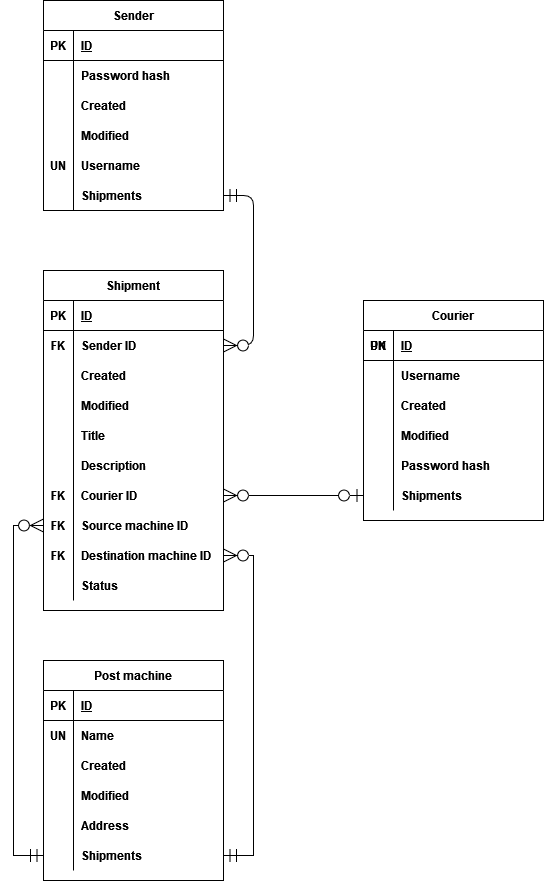
The draw.io diagram docs/databaseDiagram.drawio.png in yjhn/shipping-service, before a commit. Source tidied: cells renumbered, new cells last; positions are measured from the earlier drawing's top-left corner, leaving out a move shared by most shapes.
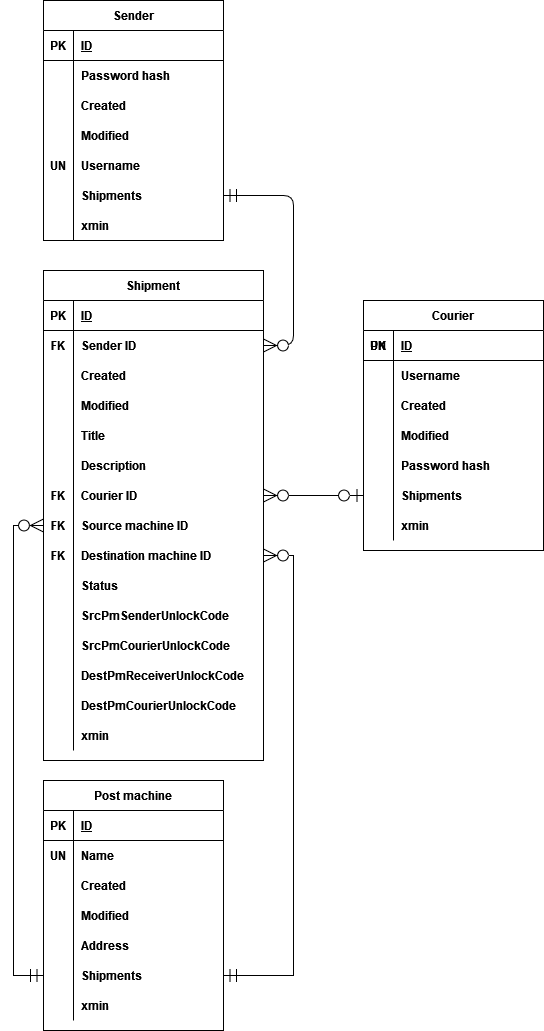
The same file after the commit.

Commit message:
Update databse diagram

Change to the diagram source:
```diff
@@ -3,7 +3,7 @@
     <mxCell id="0" />
     <mxCell id="1" parent="0" />
     <mxCell id="2" value="Sender" style="shape=table;startSize=30;rowLines=0;fontStyle=1;align=center;" parent="1" vertex="1">
-      <mxGeometry width="180" height="210" as="geometry" />
+      <mxGeometry width="180" height="240" as="geometry" />
     </mxCell>
     <mxCell id="3" style="shape=partialRectangle;fillColor=none;top=0;left=0;bottom=1;right=0;" parent="2" vertex="1">
       <mxGeometry y="30" width="180" height="30" as="geometry" />
@@ -59,99 +59,153 @@
     <mxCell id="20" value="Shipments" style="shape=partialRectangle;fillColor=none;top=0;left=0;bottom=0;right=0;align=left;spacingLeft=6;overflow=hidden;fontStyle=1;" parent="18" vertex="1">
       <mxGeometry x="30" width="150" height="30" as="geometry" />
     </mxCell>
+    <mxCell id="99" style="shape=partialRectangle;fillColor=none;top=0;left=0;bottom=0;right=0;" parent="2" vertex="1">
+      <mxGeometry y="210" width="180" height="30" as="geometry" />
+    </mxCell>
+    <mxCell id="100" style="shape=partialRectangle;fillColor=none;top=0;left=0;bottom=0;right=0;overflow=hidden;" parent="99" vertex="1">
+      <mxGeometry width="30" height="30" as="geometry" />
+    </mxCell>
+    <mxCell id="101" style="shape=partialRectangle;fillColor=none;top=0;left=0;bottom=0;right=0;align=left;spacingLeft=6;overflow=hidden;fontStyle=1;" parent="99" vertex="1">
+      <mxGeometry x="30" width="150" height="30" as="geometry" />
+    </mxCell>
     <mxCell id="21" value="Shipment" style="shape=table;startSize=30;rowLines=0;fontStyle=1;align=center;rounded=0;" parent="1" vertex="1">
-      <mxGeometry y="270" width="180" height="340" as="geometry" />
+      <mxGeometry y="270" width="220" height="490" as="geometry" />
     </mxCell>
     <mxCell id="22" style="shape=partialRectangle;fillColor=none;top=0;left=0;bottom=1;right=0;" parent="21" vertex="1">
-      <mxGeometry y="30" width="180" height="30" as="geometry" />
+      <mxGeometry y="30" width="220" height="30" as="geometry" />
     </mxCell>
     <mxCell id="23" value="PK" style="shape=partialRectangle;fillColor=none;top=0;left=0;bottom=0;right=0;fontStyle=1;overflow=hidden;" parent="22" vertex="1">
       <mxGeometry width="30" height="30" as="geometry" />
     </mxCell>
     <mxCell id="24" value="ID" style="shape=partialRectangle;fillColor=none;top=0;left=0;bottom=0;right=0;align=left;spacingLeft=6;fontStyle=5;overflow=hidden;" parent="22" vertex="1">
-      <mxGeometry x="30" width="150" height="30" as="geometry" />
+      <mxGeometry x="30" width="190" height="30" as="geometry" />
     </mxCell>
     <mxCell id="25" style="shape=partialRectangle;fillColor=none;top=0;left=0;bottom=0;right=0;points=[[0,0.5],[1,0.5]];portConstraint=eastwest;" parent="21" vertex="1">
-      <mxGeometry y="60" width="180" height="30" as="geometry" />
+      <mxGeometry y="60" width="220" height="30" as="geometry" />
     </mxCell>
     <mxCell id="26" value="FK" style="shape=partialRectangle;fillColor=none;top=0;left=0;bottom=0;right=0;overflow=hidden;fontStyle=1;" parent="25" vertex="1">
       <mxGeometry width="30" height="30" as="geometry" />
     </mxCell>
     <mxCell id="27" value="Sender ID" style="shape=partialRectangle;fillColor=none;top=0;left=0;bottom=0;right=0;align=left;spacingLeft=6;overflow=hidden;fontStyle=1;" parent="25" vertex="1">
-      <mxGeometry x="30" width="150" height="30" as="geometry" />
+      <mxGeometry x="30" width="190" height="30" as="geometry" />
     </mxCell>
     <mxCell id="28" style="shape=partialRectangle;fillColor=none;top=0;left=0;bottom=0;right=0;" parent="21" vertex="1">
-      <mxGeometry y="90" width="180" height="30" as="geometry" />
+      <mxGeometry y="90" width="220" height="30" as="geometry" />
     </mxCell>
     <mxCell id="29" style="shape=partialRectangle;fillColor=none;top=0;left=0;bottom=0;right=0;overflow=hidden;" parent="28" vertex="1">
       <mxGeometry width="30" height="30" as="geometry" />
     </mxCell>
     <mxCell id="30" value="Created" style="shape=partialRectangle;fillColor=none;top=0;left=0;bottom=0;right=0;align=left;spacingLeft=6;overflow=hidden;fontStyle=1;" parent="28" vertex="1">
-      <mxGeometry x="30" width="150" height="30" as="geometry" />
+      <mxGeometry x="30" width="190" height="30" as="geometry" />
     </mxCell>
     <mxCell id="31" style="shape=partialRectangle;fillColor=none;top=0;left=0;bottom=0;right=0;" parent="21" vertex="1">
-      <mxGeometry y="120" width="180" height="30" as="geometry" />
+      <mxGeometry y="120" width="220" height="30" as="geometry" />
     </mxCell>
     <mxCell id="32" style="shape=partialRectangle;fillColor=none;top=0;left=0;bottom=0;right=0;overflow=hidden;" parent="31" vertex="1">
       <mxGeometry width="30" height="30" as="geometry" />
     </mxCell>
     <mxCell id="33" value="Modified" style="shape=partialRectangle;fillColor=none;top=0;left=0;bottom=0;right=0;align=left;spacingLeft=6;overflow=hidden;fontStyle=1;" parent="31" vertex="1">
-      <mxGeometry x="30" width="150" height="30" as="geometry" />
+      <mxGeometry x="30" width="190" height="30" as="geometry" />
     </mxCell>
     <mxCell id="34" style="shape=partialRectangle;fillColor=none;top=0;left=0;bottom=0;right=0;" parent="21" vertex="1">
-      <mxGeometry y="150" width="180" height="30" as="geometry" />
+      <mxGeometry y="150" width="220" height="30" as="geometry" />
     </mxCell>
     <mxCell id="35" style="shape=partialRectangle;fillColor=none;top=0;left=0;bottom=0;right=0;overflow=hidden;" parent="34" vertex="1">
       <mxGeometry width="30" height="30" as="geometry" />
     </mxCell>
     <mxCell id="36" value="Title" style="shape=partialRectangle;fillColor=none;top=0;left=0;bottom=0;right=0;align=left;spacingLeft=6;overflow=hidden;fontStyle=1;" parent="34" vertex="1">
-      <mxGeometry x="30" width="150" height="30" as="geometry" />
+      <mxGeometry x="30" width="190" height="30" as="geometry" />
     </mxCell>
     <mxCell id="37" style="shape=partialRectangle;fillColor=none;top=0;left=0;bottom=0;right=0;" parent="21" vertex="1">
-      <mxGeometry y="180" width="180" height="30" as="geometry" />
+      <mxGeometry y="180" width="220" height="30" as="geometry" />
     </mxCell>
     <mxCell id="38" style="shape=partialRectangle;fillColor=none;top=0;left=0;bottom=0;right=0;overflow=hidden;" parent="37" vertex="1">
       <mxGeometry width="30" height="30" as="geometry" />
     </mxCell>
     <mxCell id="39" value="Description" style="shape=partialRectangle;fillColor=none;top=0;left=0;bottom=0;right=0;align=left;spacingLeft=6;overflow=hidden;fontStyle=1;" parent="37" vertex="1">
-      <mxGeometry x="30" width="150" height="30" as="geometry" />
+      <mxGeometry x="30" width="190" height="30" as="geometry" />
     </mxCell>
     <mxCell id="40" style="shape=partialRectangle;fillColor=none;top=0;left=0;bottom=0;right=0;points=[[0,0.5],[1,0.5]];portConstraint=eastwest;" parent="21" vertex="1">
-      <mxGeometry y="210" width="180" height="30" as="geometry" />
+      <mxGeometry y="210" width="220" height="30" as="geometry" />
     </mxCell>
     <mxCell id="41" style="shape=partialRectangle;fillColor=none;top=0;left=0;bottom=0;right=0;overflow=hidden;" parent="40" vertex="1">
       <mxGeometry width="30" height="30" as="geometry" />
     </mxCell>
     <mxCell id="42" value="Courier ID" style="shape=partialRectangle;fillColor=none;top=0;left=0;bottom=0;right=0;align=left;spacingLeft=6;overflow=hidden;fontStyle=1;" parent="40" vertex="1">
-      <mxGeometry x="30" width="150" height="30" as="geometry" />
+      <mxGeometry x="30" width="190" height="30" as="geometry" />
     </mxCell>
     <mxCell id="43" style="shape=partialRectangle;fillColor=none;top=0;left=0;bottom=0;right=0;points=[[0,0.5],[1,0.5]];portConstraint=eastwest;" parent="21" vertex="1">
-      <mxGeometry y="240" width="180" height="30" as="geometry" />
+      <mxGeometry y="240" width="220" height="30" as="geometry" />
     </mxCell>
     <mxCell id="44" style="shape=partialRectangle;fillColor=none;top=0;left=0;bottom=0;right=0;overflow=hidden;" parent="43" vertex="1">
       <mxGeometry width="30" height="30" as="geometry" />
     </mxCell>
     <mxCell id="45" value="Source machine ID" style="shape=partialRectangle;fillColor=none;top=0;left=0;bottom=0;right=0;align=left;spacingLeft=6;overflow=hidden;fontStyle=1;" parent="43" vertex="1">
-      <mxGeometry x="30" width="150" height="30" as="geometry" />
+      <mxGeometry x="30" width="190" height="30" as="geometry" />
     </mxCell>
     <mxCell id="46" style="shape=partialRectangle;fillColor=none;top=0;left=0;bottom=0;right=0;points=[[0,0.5],[1,0.5]];portConstraint=eastwest;" parent="21" vertex="1">
-      <mxGeometry y="270" width="180" height="30" as="geometry" />
+      <mxGeometry y="270" width="220" height="30" as="geometry" />
     </mxCell>
     <mxCell id="47" style="shape=partialRectangle;fillColor=none;top=0;left=0;bottom=0;right=0;overflow=hidden;" parent="46" vertex="1">
       <mxGeometry width="30" height="30" as="geometry" />
     </mxCell>
     <mxCell id="48" value="Destination machine ID" style="shape=partialRectangle;fillColor=none;top=0;left=0;bottom=0;right=0;align=left;spacingLeft=6;overflow=hidden;fontStyle=1;" parent="46" vertex="1">
-      <mxGeometry x="30" width="150" height="30" as="geometry" />
+      <mxGeometry x="30" width="190" height="30" as="geometry" />
     </mxCell>
     <mxCell id="49" style="shape=partialRectangle;fillColor=none;top=0;left=0;bottom=0;right=0;" parent="21" vertex="1">
-      <mxGeometry y="300" width="180" height="30" as="geometry" />
+      <mxGeometry y="300" width="220" height="30" as="geometry" />
     </mxCell>
     <mxCell id="50" style="shape=partialRectangle;fillColor=none;top=0;left=0;bottom=0;right=0;overflow=hidden;" parent="49" vertex="1">
       <mxGeometry width="30" height="30" as="geometry" />
     </mxCell>
     <mxCell id="51" value="Status" style="shape=partialRectangle;fillColor=none;top=0;left=0;bottom=0;right=0;align=left;spacingLeft=6;overflow=hidden;fontStyle=1;" parent="49" vertex="1">
-      <mxGeometry x="30" width="150" height="30" as="geometry" />
+      <mxGeometry x="30" width="190" height="30" as="geometry" />
     </mxCell>
+    <mxCell id="102" style="shape=partialRectangle;fillColor=none;top=0;left=0;bottom=0;right=0;" parent="21" vertex="1">
+      <mxGeometry y="330" width="220" height="30" as="geometry" />
+    </mxCell>
+    <mxCell id="103" style="shape=partialRectangle;fillColor=none;top=0;left=0;bottom=0;right=0;overflow=hidden;" parent="102" vertex="1">
+      <mxGeometry width="30" height="30" as="geometry" />
+    </mxCell>
+    <mxCell id="104" style="shape=partialRectangle;fillColor=none;top=0;left=0;bottom=0;right=0;align=left;spacingLeft=6;overflow=hidden;fontStyle=1;" parent="102" vertex="1">
+      <mxGeometry x="30" width="190" height="30" as="geometry" />
+    </mxCell>
+    <mxCell id="105" style="shape=partialRectangle;fillColor=none;top=0;left=0;bottom=0;right=0;" parent="21" vertex="1">
+      <mxGeometry y="360" width="220" height="30" as="geometry" />
+    </mxCell>
+    <mxCell id="106" style="shape=partialRectangle;fillColor=none;top=0;left=0;bottom=0;right=0;overflow=hidden;" parent="105" vertex="1">
+      <mxGeometry width="30" height="30" as="geometry" />
+    </mxCell>
+    <mxCell id="107" style="shape=partialRectangle;fillColor=none;top=0;left=0;bottom=0;right=0;align=left;spacingLeft=6;overflow=hidden;fontStyle=1;" parent="105" vertex="1">
+      <mxGeometry x="30" width="190" height="30" as="geometry" />
+    </mxCell>
+    <mxCell id="108" style="shape=partialRectangle;fillColor=none;top=0;left=0;bottom=0;right=0;" parent="21" vertex="1">
+      <mxGeometry y="390" width="220" height="30" as="geometry" />
+    </mxCell>
+    <mxCell id="109" style="shape=partialRectangle;fillColor=none;top=0;left=0;bottom=0;right=0;overflow=hidden;" parent="108" vertex="1">
+      <mxGeometry width="30" height="30" as="geometry" />
+    </mxCell>
+    <mxCell id="110" style="shape=partialRectangle;fillColor=none;top=0;left=0;bottom=0;right=0;align=left;spacingLeft=6;overflow=hidden;fontStyle=1;" parent="108" vertex="1">
+      <mxGeometry x="30" width="190" height="30" as="geometry" />
+    </mxCell>
+    <mxCell id="111" style="shape=partialRectangle;fillColor=none;top=0;left=0;bottom=0;right=0;" parent="21" vertex="1">
+      <mxGeometry y="420" width="220" height="30" as="geometry" />
+    </mxCell>
+    <mxCell id="112" style="shape=partialRectangle;fillColor=none;top=0;left=0;bottom=0;right=0;overflow=hidden;" parent="111" vertex="1">
+      <mxGeometry width="30" height="30" as="geometry" />
+    </mxCell>
+    <mxCell id="113" style="shape=partialRectangle;fillColor=none;top=0;left=0;bottom=0;right=0;align=left;spacingLeft=6;overflow=hidden;fontStyle=1;" parent="111" vertex="1">
+      <mxGeometry x="30" width="190" height="30" as="geometry" />
+    </mxCell>
+    <mxCell id="114" style="shape=partialRectangle;fillColor=none;top=0;left=0;bottom=0;right=0;" parent="21" vertex="1">
+      <mxGeometry y="450" width="220" height="30" as="geometry" />
+    </mxCell>
+    <mxCell id="115" style="shape=partialRectangle;fillColor=none;top=0;left=0;bottom=0;right=0;overflow=hidden;" parent="114" vertex="1">
+      <mxGeometry width="30" height="30" as="geometry" />
+    </mxCell>
+    <mxCell id="116" style="shape=partialRectangle;fillColor=none;top=0;left=0;bottom=0;right=0;align=left;spacingLeft=6;overflow=hidden;fontStyle=1;" parent="114" vertex="1">
+      <mxGeometry x="30" width="190" height="30" as="geometry" />
+    </mxCell>
     <mxCell id="52" style="edgeStyle=entityRelationEdgeStyle;fontSize=12;html=1;endArrow=ERzeroToMany;endFill=1;startArrow=ERmandOne;exitX=1;exitY=0.5;exitDx=0;exitDy=0;startFill=0;strokeWidth=1;endSize=11;startSize=11;" parent="1" edge="1" source="18" target="25">
       <mxGeometry relative="1" as="geometry" />
     </mxCell>
@@ -159,7 +213,7 @@
       <mxGeometry relative="1" as="geometry" />
     </mxCell>
     <mxCell id="54" value="Post machine" style="shape=table;startSize=30;rowLines=0;fontStyle=1;align=center;" parent="1" vertex="1">
-      <mxGeometry y="660" width="180" height="220" as="geometry" />
+      <mxGeometry y="780" width="180" height="250" as="geometry" />
     </mxCell>
     <mxCell id="55" style="shape=partialRectangle;fillColor=none;top=0;left=0;bottom=1;right=0;" parent="54" vertex="1">
       <mxGeometry y="30" width="180" height="30" as="geometry" />
@@ -215,8 +269,17 @@
     <mxCell id="72" value="Shipments" style="shape=partialRectangle;fillColor=none;top=0;left=0;bottom=0;right=0;align=left;spacingLeft=6;overflow=hidden;fontStyle=1;" parent="70" vertex="1">
       <mxGeometry x="30" width="150" height="30" as="geometry" />
     </mxCell>
+    <mxCell id="117" style="shape=partialRectangle;fillColor=none;top=0;left=0;bottom=0;right=0;" parent="54" vertex="1">
+      <mxGeometry y="210" width="180" height="30" as="geometry" />
+    </mxCell>
+    <mxCell id="118" style="shape=partialRectangle;fillColor=none;top=0;left=0;bottom=0;right=0;overflow=hidden;fontStyle=1;" parent="117" vertex="1">
+      <mxGeometry width="30" height="30" as="geometry" />
+    </mxCell>
+    <mxCell id="119" style="shape=partialRectangle;fillColor=none;top=0;left=0;bottom=0;right=0;align=left;spacingLeft=6;overflow=hidden;fontStyle=1;" parent="117" vertex="1">
+      <mxGeometry x="30" width="150" height="30" as="geometry" />
+    </mxCell>
     <mxCell id="73" value="Courier" style="shape=table;startSize=30;rowLines=0;fontStyle=1;align=center;" parent="1" vertex="1">
-      <mxGeometry x="320" y="300" width="180" height="220" as="geometry" />
+      <mxGeometry x="320" y="300" width="180" height="250" as="geometry" />
     </mxCell>
     <mxCell id="74" style="shape=partialRectangle;fillColor=none;top=0;left=0;bottom=1;right=0;" parent="73" vertex="1">
       <mxGeometry y="30" width="180" height="30" as="geometry" />
@@ -272,6 +335,15 @@
     <mxCell id="91" value="Shipments" style="shape=partialRectangle;fillColor=none;top=0;left=0;bottom=0;right=0;align=left;spacingLeft=6;overflow=hidden;fontStyle=1;" parent="89" vertex="1">
       <mxGeometry x="30" width="150" height="30" as="geometry" />
     </mxCell>
+    <mxCell id="120" style="shape=partialRectangle;fillColor=none;top=0;left=0;bottom=0;right=0;" parent="73" vertex="1">
+      <mxGeometry y="210" width="180" height="30" as="geometry" />
+    </mxCell>
+    <mxCell id="121" style="shape=partialRectangle;fillColor=none;top=0;left=0;bottom=0;right=0;overflow=hidden;fontStyle=1;" parent="120" vertex="1">
+      <mxGeometry width="30" height="30" as="geometry" />
+    </mxCell>
+    <mxCell id="122" style="shape=partialRectangle;fillColor=none;top=0;left=0;bottom=0;right=0;align=left;spacingLeft=6;overflow=hidden;fontStyle=1;" parent="120" vertex="1">
+      <mxGeometry x="30" width="150" height="30" as="geometry" />
+    </mxCell>
     <mxCell id="92" style="edgeStyle=orthogonalEdgeStyle;rounded=0;jettySize=auto;html=1;exitX=1;exitY=0.5;exitDx=0;exitDy=0;entryX=1;entryY=0.5;entryDx=0;entryDy=0;endArrow=ERzeroToMany;endFill=0;endSize=11;startSize=11;startArrow=ERmandOne;startFill=0;" parent="1" edge="1" source="70" target="46">
       <mxGeometry relative="1" as="geometry" />
     </mxCell>
@@ -282,7 +354,7 @@
       <mxGeometry x="320" y="330" width="30" height="30" as="geometry" />
     </mxCell>
     <mxCell id="95" value="UN" style="shape=partialRectangle;fillColor=none;top=0;left=0;bottom=0;right=0;overflow=hidden;fontStyle=1;" parent="1" vertex="1">
-      <mxGeometry y="720" width="30" height="30" as="geometry" />
+      <mxGeometry y="840" width="30" height="30" as="geometry" />
     </mxCell>
     <mxCell id="96" value="FK" style="shape=partialRectangle;fillColor=none;top=0;left=0;bottom=0;right=0;overflow=hidden;fontStyle=1;" parent="1" vertex="1">
       <mxGeometry y="480" width="30" height="30" as="geometry" />
@@ -293,5 +365,29 @@
     <mxCell id="98" value="FK" style="shape=partialRectangle;fillColor=none;top=0;left=0;bottom=0;right=0;overflow=hidden;fontStyle=1;" parent="1" vertex="1">
       <mxGeometry y="540" width="30" height="30" as="geometry" />
     </mxCell>
+    <mxCell id="123" value="SrcPmSenderUnlockCode" style="shape=partialRectangle;fillColor=none;top=0;left=0;bottom=0;right=0;align=left;spacingLeft=6;overflow=hidden;fontStyle=1;" parent="1" vertex="1">
+      <mxGeometry x="30" y="600" width="180" height="30" as="geometry" />
+    </mxCell>
+    <mxCell id="124" value="SrcPmCourierUnlockCode" style="shape=partialRectangle;fillColor=none;top=0;left=0;bottom=0;right=0;align=left;spacingLeft=6;overflow=hidden;fontStyle=1;" parent="1" vertex="1">
+      <mxGeometry x="30" y="630" width="180" height="30" as="geometry" />
+    </mxCell>
+    <mxCell id="125" value="DestPmReceiverUnlockCode" style="shape=partialRectangle;fillColor=none;top=0;left=0;bottom=0;right=0;align=left;spacingLeft=6;overflow=hidden;fontStyle=1;" parent="1" vertex="1">
+      <mxGeometry x="30" y="660" width="180" height="30" as="geometry" />
+    </mxCell>
+    <mxCell id="126" value="DestPmCourierUnlockCode" style="shape=partialRectangle;fillColor=none;top=0;left=0;bottom=0;right=0;align=left;spacingLeft=6;overflow=hidden;fontStyle=1;" parent="1" vertex="1">
+      <mxGeometry x="30" y="690" width="170" height="30" as="geometry" />
+    </mxCell>
+    <mxCell id="127" value="xmin" style="shape=partialRectangle;fillColor=none;top=0;left=0;bottom=0;right=0;align=left;spacingLeft=6;overflow=hidden;fontStyle=1;" parent="1" vertex="1">
+      <mxGeometry x="30" y="210" width="150" height="30" as="geometry" />
+    </mxCell>
+    <mxCell id="128" value="xmin" style="shape=partialRectangle;fillColor=none;top=0;left=0;bottom=0;right=0;align=left;spacingLeft=6;overflow=hidden;fontStyle=1;" parent="1" vertex="1">
+      <mxGeometry x="350" y="510" width="150" height="30" as="geometry" />
+    </mxCell>
+    <mxCell id="129" value="xmin" style="shape=partialRectangle;fillColor=none;top=0;left=0;bottom=0;right=0;align=left;spacingLeft=6;overflow=hidden;fontStyle=1;" parent="1" vertex="1">
+      <mxGeometry x="30" y="720" width="150" height="30" as="geometry" />
+    </mxCell>
+    <mxCell id="130" value="xmin" style="shape=partialRectangle;fillColor=none;top=0;left=0;bottom=0;right=0;align=left;spacingLeft=6;overflow=hidden;fontStyle=1;" parent="1" vertex="1">
+      <mxGeometry x="30" y="990" width="150" height="30" as="geometry" />
+    </mxCell>
   </root>
 </mxGraphModel>
```
